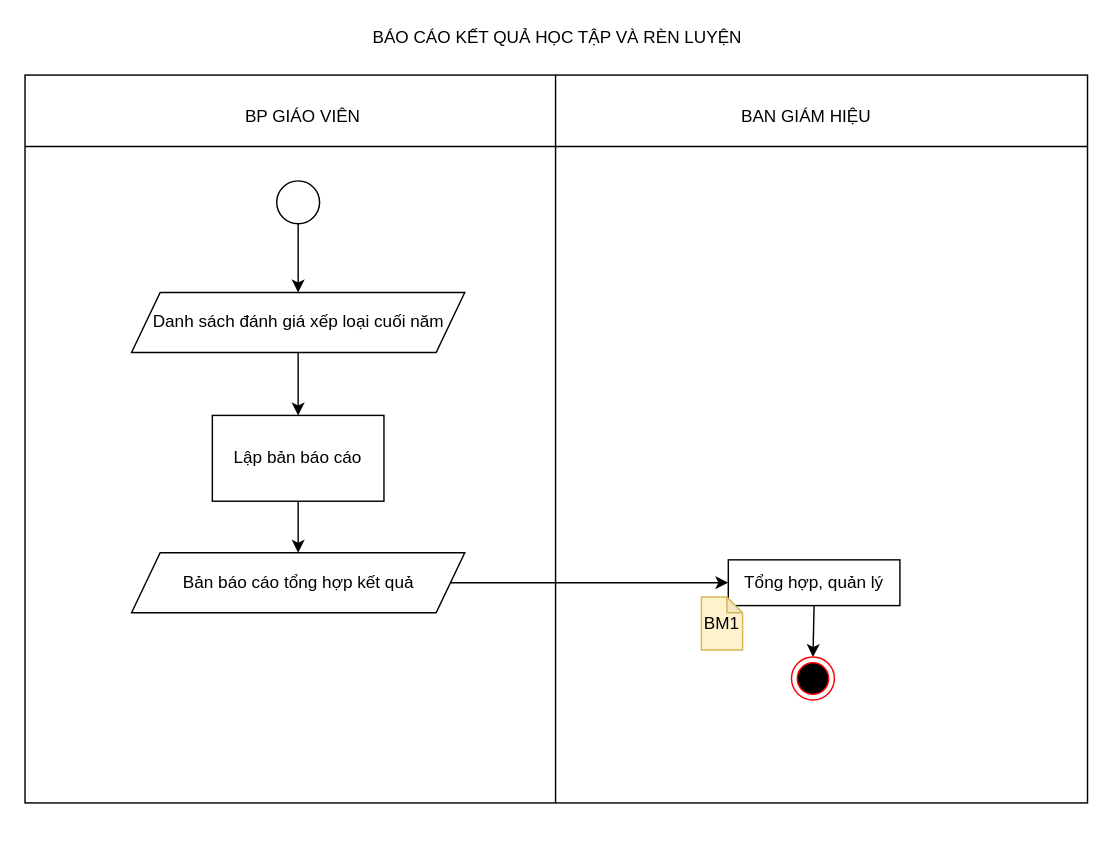
TLGKien/graph keeps this draw.io diagram as 1.2.2.c.drawio. Above is the earlier version. Source tidied: cells renumbered, new cells numbered last; positions are measured from the earlier drawing's top-left corner, leaving out a move shared by most shapes. Both pictures are drawn from the tidied source at 143%, with x=0, y=0 at pixel (24, 24).
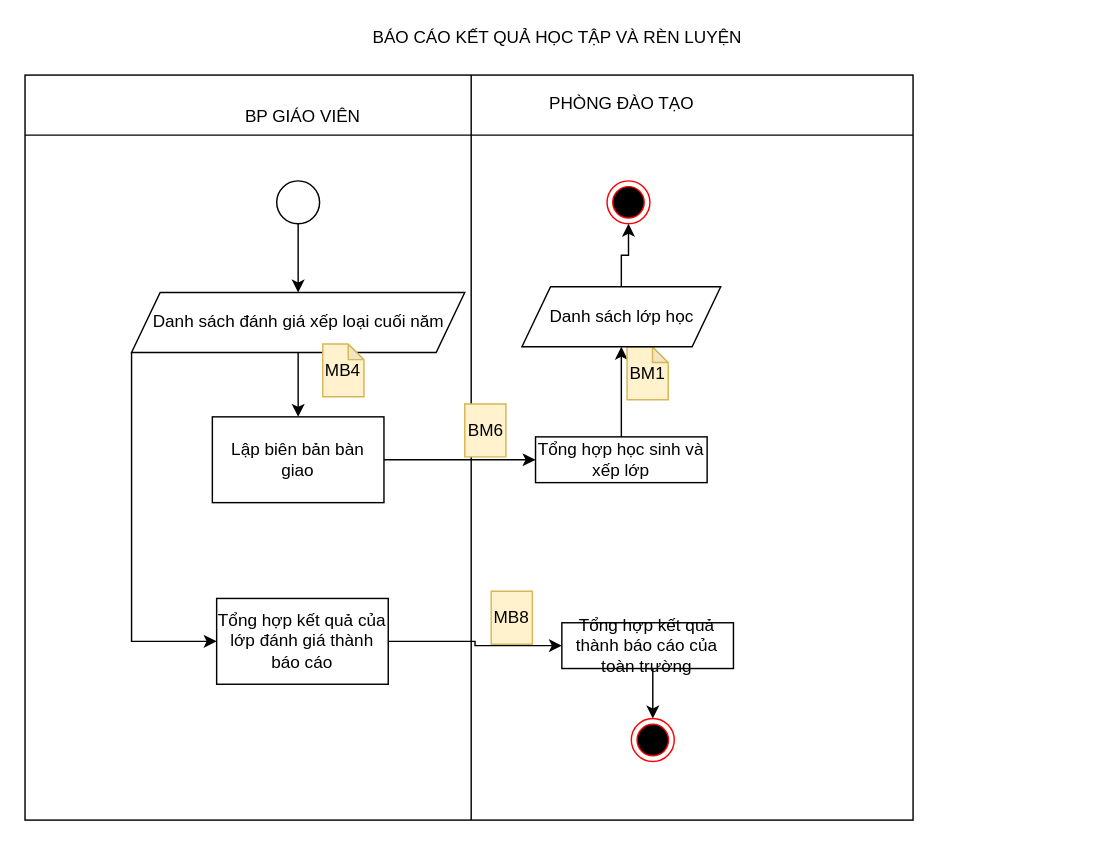
After the change.

The change refers to these unchanged cells:
```xml
<mxCell id="15" value="Danh sách đánh giá xếp loại cuối năm" style="shape=parallelogram;perimeter=parallelogramPerimeter;whiteSpace=wrap;html=1;fixedSize=1;" parent="1" vertex="1">
  <mxGeometry x="74.5" y="187" width="233" height="42" as="geometry" />
</mxCell>
```

Diff of the diagram source:
```diff
@@
-    <mxCell id="2" style="shape=internalStorage;whiteSpace=wrap;html=1;backgroundOutline=1;dx=371;dy=50;" parent="1" vertex="1">
-      <mxGeometry y="35" width="743" height="509" as="geometry" />
+    <mxCell id="2" style="shape=internalStorage;whiteSpace=wrap;html=1;backgroundOutline=1;dx=312;dy=42;" parent="1" vertex="1">
+      <mxGeometry y="35" width="621" height="521" as="geometry" />
     </mxCell>
@@
-    <mxCell id="4" style="edgeStyle=orthogonalEdgeStyle;rounded=0;jettySize=auto;html=1;exitX=0.5;exitY=1;exitDx=0;exitDy=0;entryX=0.5;entryY=0;entryDx=0;entryDy=0;" parent="1" edge="1" source="5" target="9">
-      <mxGeometry relative="1" as="geometry" />
-    </mxCell>
+    <mxCell id="18" style="edgeStyle=orthogonalEdgeStyle;rounded=0;jettySize=auto;html=1;exitX=0.5;exitY=0;exitDx=0;exitDy=0;entryX=0.5;entryY=1;entryDx=0;entryDy=0;" parent="1" edge="1" source="5" target="27">
+      <mxGeometry relative="1" as="geometry" />
+    </mxCell>
-    <mxCell id="5" value="Tổng hợp, quản lý" style="rounded=0;whiteSpace=wrap;html=1;" parent="1" vertex="1">
-      <mxGeometry x="491.8" y="374" width="120" height="32" as="geometry" />
+    <mxCell id="5" value="Tổng hợp học sinh và xếp lớp" style="rounded=0;whiteSpace=wrap;html=1;" parent="1" vertex="1">
+      <mxGeometry x="357" y="288" width="120" height="32" as="geometry" />
     </mxCell>
@@
     <mxCell id="7" value="BM1" style="shape=note;whiteSpace=wrap;html=1;backgroundOutline=1;darkOpacity=0.05;size=11;fillColor=#fff2cc;strokeColor=#d6b656;" parent="1" vertex="1">
-      <mxGeometry x="473" y="400" width="28.8" height="37" as="geometry" />
+      <mxGeometry x="421" y="225" width="28.8" height="37" as="geometry" />
     </mxCell>
-    <mxCell id="8" value="BAN GIÁM HIỆU" style="text;html=1;align=center;verticalAlign=middle;" parent="1" vertex="1">
-      <mxGeometry x="495.5" y="55" width="101" height="18" as="geometry" />
-    </mxCell>
-    <mxCell id="9" style="ellipse;html=1;shape=endState;fillColor=#000000;strokeColor=#ff0000;" parent="1" vertex="1">
-      <mxGeometry x="536" y="442" width="30" height="30" as="geometry" />
-    </mxCell>
@@
-    <mxCell id="12" style="edgeStyle=orthogonalEdgeStyle;rounded=0;jettySize=auto;html=1;exitX=0.5;exitY=1;exitDx=0;exitDy=0;entryX=0.5;entryY=0;entryDx=0;entryDy=0;" parent="1" edge="1" source="13" target="17">
-      <mxGeometry relative="1" as="geometry" />
-    </mxCell>
+    <mxCell id="19" style="edgeStyle=orthogonalEdgeStyle;rounded=0;jettySize=auto;html=1;exitX=1;exitY=0.5;exitDx=0;exitDy=0;entryX=0;entryY=0.5;entryDx=0;entryDy=0;" parent="1" edge="1" source="13" target="5">
+      <mxGeometry relative="1" as="geometry" />
+    </mxCell>
-    <mxCell id="13" value="Lập bản báo cáo" style="rounded=0;whiteSpace=wrap;html=1;" parent="1" vertex="1">
-      <mxGeometry x="131" y="273" width="120" height="60" as="geometry" />
+    <mxCell id="13" value="Lập biên bản bàn giao" style="rounded=0;whiteSpace=wrap;html=1;" parent="1" vertex="1">
+      <mxGeometry x="131" y="274" width="120" height="60" as="geometry" />
     </mxCell>
@@
+    <mxCell id="20" style="edgeStyle=orthogonalEdgeStyle;rounded=0;jettySize=auto;html=1;exitX=0;exitY=1;exitDx=0;exitDy=0;entryX=0;entryY=0.5;entryDx=0;entryDy=0;" parent="1" edge="1" source="15" target="24">
+      <mxGeometry relative="1" as="geometry" />
+    </mxCell>
@@
-    <mxCell id="16" style="edgeStyle=orthogonalEdgeStyle;rounded=0;jettySize=auto;html=1;exitX=1;exitY=0.5;exitDx=0;exitDy=0;" parent="1" edge="1" source="17" target="5">
-      <mxGeometry relative="1" as="geometry" />
-    </mxCell>
-    <mxCell id="17" value="Bản báo cáo tổng hợp kết quả " style="shape=parallelogram;perimeter=parallelogramPerimeter;whiteSpace=wrap;html=1;fixedSize=1;" parent="1" vertex="1">
-      <mxGeometry x="74.5" y="369" width="233" height="42" as="geometry" />
-    </mxCell>
+    <mxCell id="21" value="MB4" style="shape=note;whiteSpace=wrap;html=1;backgroundOutline=1;darkOpacity=0.05;size=11;fillColor=#fff2cc;strokeColor=#d6b656;" parent="1" vertex="1">
+      <mxGeometry x="208.2" y="223" width="28.8" height="37" as="geometry" />
+    </mxCell>
+    <mxCell id="22" value="PHÒNG ĐÀO TẠO" style="text;html=1;align=center;verticalAlign=middle;" parent="1" vertex="1">
+      <mxGeometry x="361.5" y="46" width="111" height="18" as="geometry" />
+    </mxCell>
+    <mxCell id="23" style="edgeStyle=orthogonalEdgeStyle;rounded=0;jettySize=auto;html=1;exitX=1;exitY=0.5;exitDx=0;exitDy=0;entryX=0;entryY=0.5;entryDx=0;entryDy=0;" parent="1" edge="1" source="24" target="30">
+      <mxGeometry relative="1" as="geometry" />
+    </mxCell>
+    <mxCell id="24" value="Tổng hợp kết quả của lớp đánh giá thành báo cáo" style="rounded=0;whiteSpace=wrap;html=1;" parent="1" vertex="1">
+      <mxGeometry x="134" y="401" width="120" height="60" as="geometry" />
+    </mxCell>
+    <mxCell id="25" value="BM6" style="shape=note;whiteSpace=wrap;html=1;backgroundOutline=1;darkOpacity=0.05;size=0;fillColor=#fff2cc;strokeColor=#d6b656;" parent="1" vertex="1">
+      <mxGeometry x="307.5" y="265" width="28.8" height="37" as="geometry" />
+    </mxCell>
+    <mxCell id="26" style="edgeStyle=orthogonalEdgeStyle;rounded=0;jettySize=auto;html=1;exitX=0.5;exitY=0;exitDx=0;exitDy=0;entryX=0.5;entryY=1;entryDx=0;entryDy=0;" parent="1" edge="1" source="27" target="28">
+      <mxGeometry relative="1" as="geometry" />
+    </mxCell>
+    <mxCell id="27" value="Danh sách lớp học" style="shape=parallelogram;perimeter=parallelogramPerimeter;whiteSpace=wrap;html=1;fixedSize=1;" parent="1" vertex="1">
+      <mxGeometry x="347.5" y="183" width="139" height="42" as="geometry" />
+    </mxCell>
+    <mxCell id="28" style="ellipse;html=1;shape=endState;fillColor=#000000;strokeColor=#ff0000;" parent="1" vertex="1">
+      <mxGeometry x="407" y="109" width="30" height="30" as="geometry" />
+    </mxCell>
+    <mxCell id="29" style="edgeStyle=orthogonalEdgeStyle;rounded=0;jettySize=auto;html=1;exitX=0.5;exitY=1;exitDx=0;exitDy=0;entryX=0.5;entryY=0;entryDx=0;entryDy=0;" parent="1" edge="1" source="30" target="32">
+      <mxGeometry relative="1" as="geometry" />
+    </mxCell>
+    <mxCell id="30" value="Tổng hợp kết quả thành báo cáo của toàn trường" style="rounded=0;whiteSpace=wrap;html=1;" parent="1" vertex="1">
+      <mxGeometry x="375.4" y="418" width="120" height="32" as="geometry" />
+    </mxCell>
+    <mxCell id="31" value="MB8" style="shape=note;whiteSpace=wrap;html=1;backgroundOutline=1;darkOpacity=0.05;size=0;fillColor=#fff2cc;strokeColor=#d6b656;" parent="1" vertex="1">
+      <mxGeometry x="326" y="396" width="28.8" height="37" as="geometry" />
+    </mxCell>
+    <mxCell id="32" style="ellipse;html=1;shape=endState;fillColor=#000000;strokeColor=#ff0000;" parent="1" vertex="1">
+      <mxGeometry x="424" y="485" width="30" height="30" as="geometry" />
+    </mxCell>
```
